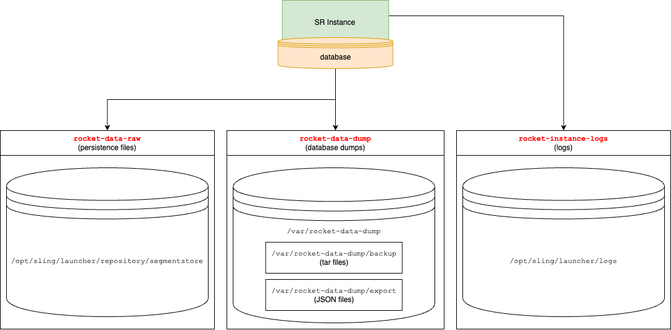
Above: docs/img/sling-rocket-instance-volumes.drawio.png in ciechanowiec/sling_rocket (draw.io), before the change. Source tidied: cells renumbered, new cells last; positions are measured from the earlier drawing's top-left corner, leaving out a move shared by most shapes.
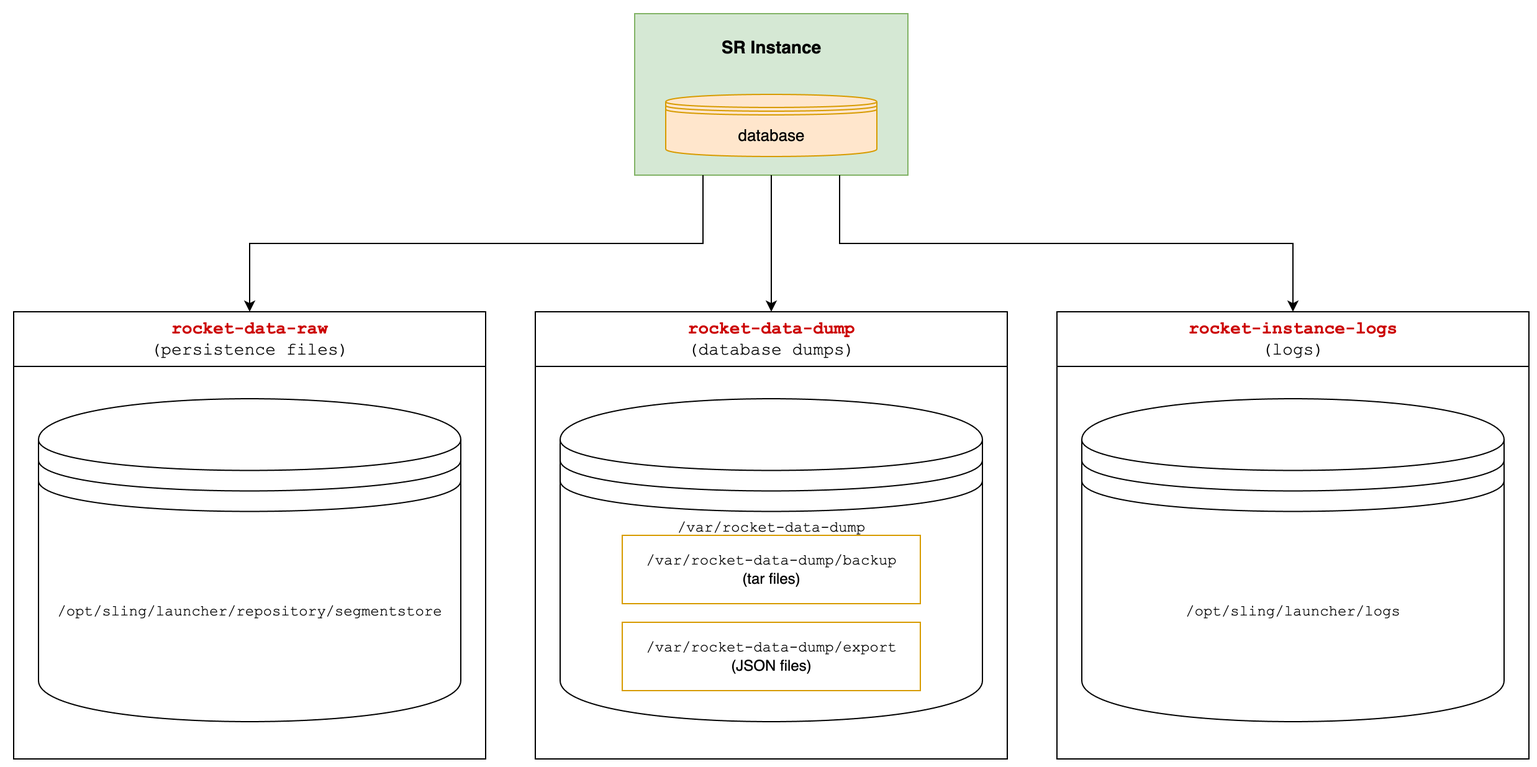
The same file after the commit.

Commit message:
Refine diagrams

The edit, as a diff of the source:
```diff
@@ -2,44 +2,44 @@
   <root>
     <mxCell id="0" />
     <mxCell id="1" parent="0" />
-    <mxCell id="2" style="edgeStyle=orthogonalEdgeStyle;rounded=0;jettySize=auto;html=1;exitX=1;exitY=0.25;exitDx=0;exitDy=0;entryX=0.5;entryY=0;entryDx=0;entryDy=0;" parent="1" edge="1" source="3" target="14">
-      <mxGeometry relative="1" as="geometry" />
-    </mxCell>
-    <mxCell id="3" value="SR Instance&lt;div&gt;&lt;br&gt;&lt;/div&gt;&lt;div&gt;&lt;br&gt;&lt;/div&gt;" style="rounded=0;whiteSpace=wrap;html=1;fillColor=#d5e8d4;strokeColor=#82b366;" parent="1" vertex="1">
-      <mxGeometry x="454.3" width="171.4" height="100" as="geometry" />
+    <mxCell id="3" value="SR Instance" style="rounded=0;whiteSpace=wrap;html=1;fillColor=#d5e8d4;strokeColor=#82b366;fontSize=14;fontStyle=1;verticalAlign=top;spacingTop=12;" parent="1" vertex="1">
+      <mxGeometry x="495" y="-300" width="220" height="130" as="geometry" />
     </mxCell>
-    <mxCell id="4" style="edgeStyle=orthogonalEdgeStyle;rounded=0;jettySize=auto;html=1;entryX=0.5;entryY=0;entryDx=0;entryDy=0;" parent="1" edge="1" source="6" target="9">
-      <mxGeometry relative="1" as="geometry" />
-    </mxCell>
-    <mxCell id="5" style="edgeStyle=orthogonalEdgeStyle;rounded=0;jettySize=auto;html=1;entryX=0.5;entryY=0;entryDx=0;entryDy=0;exitX=0.5;exitY=1;exitDx=0;exitDy=0;" parent="1" edge="1" source="6" target="8">
-      <mxGeometry relative="1" as="geometry" />
-    </mxCell>
-    <mxCell id="6" value="database" style="shape=datastore;whiteSpace=wrap;html=1;fillColor=#ffe6cc;strokeColor=#d79b00;" parent="1" vertex="1">
-      <mxGeometry x="447.5" y="60" width="185" height="50" as="geometry" />
+    <mxCell id="6" value="database" style="shape=datastore;whiteSpace=wrap;html=1;fillColor=#ffe6cc;strokeColor=#d79b00;fontSize=13;" parent="3" vertex="1">
+      <mxGeometry x="25" y="65" width="170" height="50" as="geometry" />
     </mxCell>
+    <mxCell id="8" value="&lt;font color=&quot;#cc0000&quot;&gt;rocket-data-raw&lt;/font&gt;&lt;div&gt;&lt;span style=&quot;font-weight:normal&quot;&gt;(persistence files)&lt;/span&gt;&lt;/div&gt;" style="swimlane;whiteSpace=wrap;html=1;startSize=44;fontStyle=1;fontSize=14;fontFamily=Courier New;" parent="1" vertex="1">
+      <mxGeometry x="-5" y="-60" width="380" height="360" as="geometry" />
+    </mxCell>
-    <mxCell id="7" value="&lt;font face=&quot;Courier New&quot;&gt;/opt/sling/launcher/repository/segmentstore&lt;/font&gt;&lt;div&gt;&lt;font face=&quot;Courier New&quot;&gt;&lt;br&gt;&lt;/font&gt;&lt;/div&gt;" style="shape=datastore;whiteSpace=wrap;html=1;" parent="1" vertex="1">
-      <mxGeometry x="10" y="270" width="325" height="240" as="geometry" />
+    <mxCell id="7" value="/opt/sling/launcher/repository/segmentstore" style="shape=datastore;whiteSpace=wrap;html=1;fontFamily=Courier New;fontSize=12;" parent="8" vertex="1">
+      <mxGeometry x="20" y="70" width="340" height="260" as="geometry" />
     </mxCell>
-    <mxCell id="8" value="&lt;font style=&quot;color: rgb(255, 0, 0);&quot; face=&quot;Courier New&quot;&gt;rocket-data-raw&lt;/font&gt;&lt;div&gt;&lt;span style=&quot;font-weight: normal;&quot;&gt;(persistence files)&lt;/span&gt;&lt;/div&gt;" style="swimlane;whiteSpace=wrap;html=1;startSize=40;" parent="1" vertex="1">
-      <mxGeometry y="210" width="345" height="320" as="geometry" />
-    </mxCell>
-    <mxCell id="9" value="&lt;font style=&quot;color: rgb(255, 0, 0);&quot; face=&quot;Courier New&quot;&gt;rocket-data-dump&lt;/font&gt;&lt;div&gt;&lt;span style=&quot;font-weight: normal;&quot;&gt;(database dumps)&lt;/span&gt;&lt;/div&gt;" style="swimlane;whiteSpace=wrap;html=1;startSize=40;" parent="1" vertex="1">
-      <mxGeometry x="365" y="210" width="350" height="320" as="geometry" />
+    <mxCell id="9" value="&lt;font color=&quot;#cc0000&quot;&gt;rocket-data-dump&lt;/font&gt;&lt;div&gt;&lt;span style=&quot;font-weight:normal&quot;&gt;(database dumps)&lt;/span&gt;&lt;/div&gt;" style="swimlane;whiteSpace=wrap;html=1;startSize=44;fontStyle=1;fontSize=14;fontFamily=Courier New;" parent="1" vertex="1">
+      <mxGeometry x="415" y="-60" width="380" height="360" as="geometry" />
     </mxCell>
-    <mxCell id="10" value="&lt;font face=&quot;Courier New&quot;&gt;/var/rocket-data-dump&lt;/font&gt;&lt;div&gt;&lt;font face=&quot;Courier New&quot;&gt;&lt;br&gt;&lt;/font&gt;&lt;/div&gt;&lt;div&gt;&lt;font face=&quot;Courier New&quot;&gt;&lt;br&gt;&lt;/font&gt;&lt;/div&gt;&lt;div&gt;&lt;font face=&quot;Courier New&quot;&gt;&lt;br&gt;&lt;/font&gt;&lt;/div&gt;&lt;div&gt;&lt;font face=&quot;Courier New&quot;&gt;&lt;br&gt;&lt;/font&gt;&lt;/div&gt;&lt;div&gt;&lt;font face=&quot;Courier New&quot;&gt;&lt;br&gt;&lt;/font&gt;&lt;/div&gt;&lt;div&gt;&lt;font face=&quot;Courier New&quot;&gt;&lt;br&gt;&lt;/font&gt;&lt;/div&gt;&lt;div&gt;&lt;font face=&quot;Courier New&quot;&gt;&lt;br&gt;&lt;/font&gt;&lt;/div&gt;&lt;div&gt;&lt;font face=&quot;Courier New&quot;&gt;&lt;br&gt;&lt;/font&gt;&lt;/div&gt;" style="shape=datastore;whiteSpace=wrap;html=1;" parent="9" vertex="1">
-      <mxGeometry x="10" y="60" width="325" height="250" as="geometry" />
+    <mxCell id="10" value="/var/rocket-data-dump" style="shape=datastore;whiteSpace=wrap;html=1;verticalAlign=top;spacingTop=8;fontFamily=Courier New;fontSize=12;" parent="9" vertex="1">
+      <mxGeometry x="20" y="70" width="340" height="260" as="geometry" />
     </mxCell>
-    <mxCell id="11" value="&lt;font face=&quot;Courier New&quot;&gt;/var/rocket-data-dump/backup&lt;/font&gt;&lt;div&gt;(tar files)&lt;/div&gt;" style="rounded=0;whiteSpace=wrap;html=1;" parent="9" vertex="1">
-      <mxGeometry x="62.5" y="180" width="220" height="50" as="geometry" />
+    <mxCell id="11" value="/var/rocket-data-dump/backup&lt;div&gt;&lt;span style=&quot;font-family:Helvetica&quot;&gt;(tar files)&lt;/span&gt;&lt;/div&gt;" style="rounded=0;whiteSpace=wrap;html=1;fillColor=#ffffff;strokeColor=#d79b00;fontFamily=Courier New;fontSize=12;" parent="9" vertex="1">
+      <mxGeometry x="70" y="180" width="240" height="55" as="geometry" />
     </mxCell>
-    <mxCell id="12" value="&lt;font face=&quot;Courier New&quot;&gt;/var/rocket-data-dump/export&lt;/font&gt;&lt;div&gt;(JSON files)&lt;/div&gt;" style="rounded=0;whiteSpace=wrap;html=1;" parent="9" vertex="1">
-      <mxGeometry x="62.5" y="240" width="220" height="50" as="geometry" />
+    <mxCell id="12" value="/var/rocket-data-dump/export&lt;div&gt;&lt;span style=&quot;font-family:Helvetica&quot;&gt;(JSON files)&lt;/span&gt;&lt;/div&gt;" style="rounded=0;whiteSpace=wrap;html=1;fillColor=#ffffff;strokeColor=#d79b00;fontFamily=Courier New;fontSize=12;" parent="9" vertex="1">
+      <mxGeometry x="70" y="250" width="240" height="55" as="geometry" />
     </mxCell>
+    <mxCell id="14" value="&lt;font color=&quot;#cc0000&quot;&gt;rocket-instance-logs&lt;/font&gt;&lt;div&gt;&lt;span style=&quot;font-weight:normal&quot;&gt;(logs)&lt;/span&gt;&lt;/div&gt;" style="swimlane;whiteSpace=wrap;html=1;startSize=44;fontStyle=1;fontSize=14;fontFamily=Courier New;" parent="1" vertex="1">
+      <mxGeometry x="835" y="-60" width="380" height="360" as="geometry" />
+    </mxCell>
-    <mxCell id="13" value="&lt;div&gt;&lt;font face=&quot;Courier New&quot;&gt;/opt/sling/launcher/logs&lt;/font&gt;&lt;/div&gt;&lt;div&gt;&lt;font face=&quot;Courier New&quot;&gt;&lt;br&gt;&lt;/font&gt;&lt;/div&gt;" style="shape=datastore;whiteSpace=wrap;html=1;" parent="1" vertex="1">
-      <mxGeometry x="745" y="270" width="325" height="240" as="geometry" />
+    <mxCell id="13" value="/opt/sling/launcher/logs" style="shape=datastore;whiteSpace=wrap;html=1;fontFamily=Courier New;fontSize=12;" parent="14" vertex="1">
+      <mxGeometry x="20" y="70" width="340" height="260" as="geometry" />
     </mxCell>
-    <mxCell id="14" value="&lt;font style=&quot;color: rgb(255, 0, 0);&quot; face=&quot;Courier New&quot;&gt;rocket-instance-logs&lt;/font&gt;&lt;div&gt;&lt;span style=&quot;font-weight: normal;&quot;&gt;(logs)&lt;/span&gt;&lt;/div&gt;" style="swimlane;whiteSpace=wrap;html=1;startSize=40;" parent="1" vertex="1">
-      <mxGeometry x="735" y="210" width="345" height="320" as="geometry" />
-    </mxCell>
+    <mxCell id="15" style="edgeStyle=orthogonalEdgeStyle;rounded=0;html=1;exitX=0.25;exitY=1;exitDx=0;exitDy=0;entryX=0.5;entryY=0;entryDx=0;entryDy=0;" parent="1" edge="1" source="3" target="8">
+      <mxGeometry relative="1" as="geometry" />
+    </mxCell>
+    <mxCell id="16" style="edgeStyle=orthogonalEdgeStyle;rounded=0;html=1;exitX=0.5;exitY=1;exitDx=0;exitDy=0;entryX=0.5;entryY=0;entryDx=0;entryDy=0;" parent="1" edge="1" source="3" target="9">
+      <mxGeometry relative="1" as="geometry" />
+    </mxCell>
+    <mxCell id="2" style="edgeStyle=orthogonalEdgeStyle;rounded=0;html=1;exitX=0.75;exitY=1;exitDx=0;exitDy=0;entryX=0.5;entryY=0;entryDx=0;entryDy=0;" parent="1" edge="1" source="3" target="14">
+      <mxGeometry relative="1" as="geometry" />
+    </mxCell>
   </root>
 </mxGraphModel>
```
